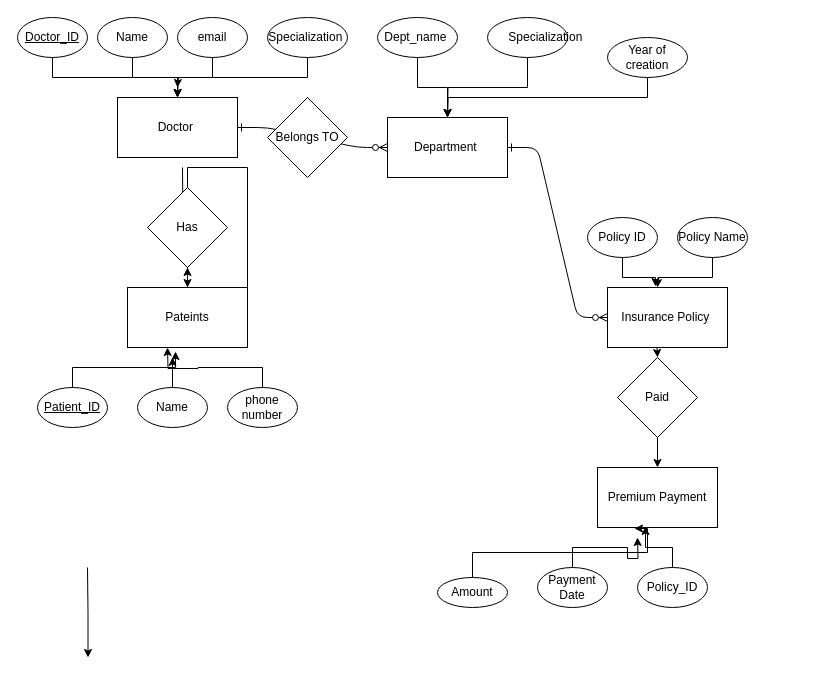
The draw.io diagram Untitled Diagram.drawio in Swetali/Perl, before the edit. Source tidied: cells renumbered, new cells numbered last; positions are measured from the earlier drawing's top-left corner, leaving out a move shared by most shapes. Both pictures are drawn from the tidied source at 100%, with x=0, y=0 at pixel (17, 17).
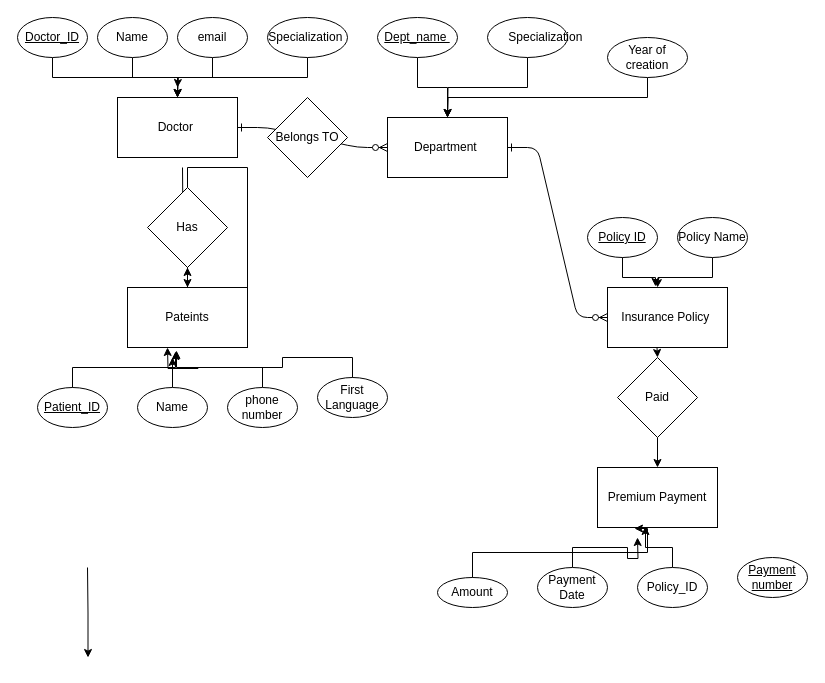
Above is the later version.

Unchanged cells that the change refers to:
```xml
<mxCell id="9" value="Pateints" style="rounded=0;whiteSpace=wrap;html=1;" parent="1" vertex="1">
  <mxGeometry x="110" y="270" width="120" height="60" as="geometry" />
</mxCell>
```

What changed in the source:
```diff
@@
-    <mxCell id="21" value="Dept_name&amp;nbsp;" style="ellipse;whiteSpace=wrap;html=1;" parent="1" vertex="1">
+    <mxCell id="21" value="&lt;u&gt;Dept_name&amp;nbsp;&lt;/u&gt;" style="ellipse;whiteSpace=wrap;html=1;" parent="1" vertex="1">
       <mxGeometry x="360" width="80" height="40" as="geometry" />
     </mxCell>
@@
-    <mxCell id="38" value="Policy ID" style="ellipse;whiteSpace=wrap;html=1;" parent="1" vertex="1">
+    <mxCell id="38" value="&lt;u&gt;Policy ID&lt;/u&gt;" style="ellipse;whiteSpace=wrap;html=1;" parent="1" vertex="1">
       <mxGeometry x="570" y="200" width="70" height="40" as="geometry" />
     </mxCell>
@@
+    <mxCell id="48" value="First Language" style="ellipse;whiteSpace=wrap;html=1;" parent="1" vertex="1">
+      <mxGeometry x="300" y="360" width="70" height="40" as="geometry" />
+    </mxCell>
+    <mxCell id="49" style="edgeStyle=orthogonalEdgeStyle;rounded=0;jettySize=auto;html=1;exitX=0.5;exitY=0;exitDx=0;exitDy=0;entryX=0.408;entryY=1.05;entryDx=0;entryDy=0;entryPerimeter=0;" parent="1" edge="1" source="48" target="9">
+      <mxGeometry relative="1" as="geometry" />
+    </mxCell>
+    <mxCell id="50" value="&lt;u&gt;Payment number&lt;/u&gt;" style="ellipse;whiteSpace=wrap;html=1;" parent="1" vertex="1">
+      <mxGeometry x="720" y="540" width="70" height="40" as="geometry" />
+    </mxCell>
```
